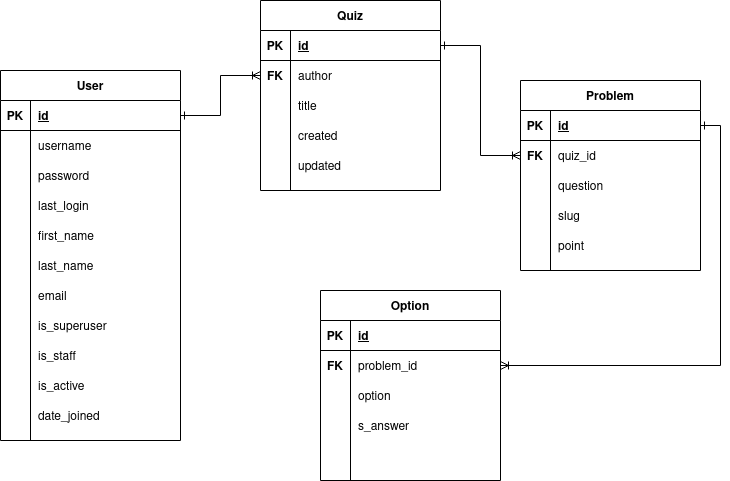
Earlier version of the draw.io export erd/quiz.png (ashishsubedi/live_quiz). Source tidied: cells renumbered, new cells last; positions are measured from the earlier drawing's top-left corner, leaving out a move shared by most shapes.
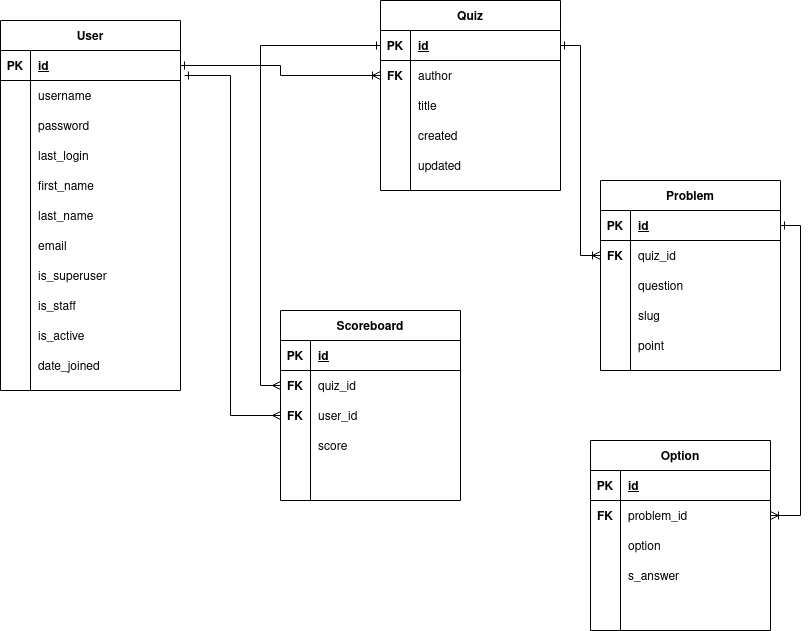
Above is the later version.

Commit message:
Added Scoreboard model

The edit, as a diff of the source:
```diff
@@ -3,7 +3,7 @@
     <mxCell id="0" />
     <mxCell id="1" parent="0" />
     <mxCell id="2" value="Quiz" style="shape=table;startSize=30;rowLines=0;fontStyle=1;align=center;" parent="1" vertex="1">
-      <mxGeometry x="260" width="180" height="190" as="geometry" />
+      <mxGeometry x="380" y="-30" width="180" height="190" as="geometry" />
     </mxCell>
     <mxCell id="3" style="shape=partialRectangle;fillColor=none;top=0;left=0;bottom=1;right=0;points=[[0,0.5],[1,0.5]];portConstraint=eastwest;" parent="2" vertex="1">
       <mxGeometry y="30" width="180" height="30" as="geometry" />
@@ -51,7 +51,7 @@
       <mxGeometry x="30" width="150" height="30" as="geometry" />
     </mxCell>
     <mxCell id="18" value="Problem" style="shape=table;startSize=30;rowLines=0;fontStyle=1;align=center;" parent="1" vertex="1">
-      <mxGeometry x="520" y="80" width="180" height="190" as="geometry" />
+      <mxGeometry x="600" y="150" width="180" height="190" as="geometry" />
     </mxCell>
     <mxCell id="19" style="shape=partialRectangle;fillColor=none;top=0;left=0;bottom=1;right=0;points=[[0,0.5],[1,0.5]];portConstraint=eastwest;" parent="18" vertex="1">
       <mxGeometry y="30" width="180" height="30" as="geometry" />
@@ -99,7 +99,7 @@
       <mxGeometry x="30" width="150" height="30" as="geometry" />
     </mxCell>
     <mxCell id="34" value="Option" style="shape=table;startSize=30;rowLines=0;fontStyle=1;align=center;" parent="1" vertex="1">
-      <mxGeometry x="320" y="290" width="180" height="190" as="geometry" />
+      <mxGeometry x="590" y="410" width="180" height="190" as="geometry" />
     </mxCell>
     <mxCell id="35" style="shape=partialRectangle;fillColor=none;top=0;left=0;bottom=1;right=0;" parent="34" vertex="1">
       <mxGeometry y="30" width="180" height="30" as="geometry" />
@@ -147,7 +147,7 @@
       <mxGeometry x="30" width="150" height="30" as="geometry" />
     </mxCell>
     <mxCell id="50" value="User" style="shape=table;startSize=30;rowLines=0;fontStyle=1;align=center;" parent="1" vertex="1">
-      <mxGeometry y="70" width="180" height="370" as="geometry" />
+      <mxGeometry y="-10" width="180" height="370" as="geometry" />
     </mxCell>
     <mxCell id="51" style="shape=partialRectangle;fillColor=none;top=0;left=0;bottom=1;right=0;points=[[0,0.5],[1,0.5]];portConstraint=eastwest;" parent="50" vertex="1">
       <mxGeometry y="30" width="180" height="30" as="geometry" />
@@ -257,5 +257,59 @@
     <mxCell id="86" style="edgeStyle=orthogonalEdgeStyle;rounded=0;jettySize=auto;html=1;entryX=1;entryY=0.5;entryDx=0;entryDy=0;startArrow=ERoneToMany;startFill=0;endArrow=ERone;endFill=0;" parent="1" edge="1" source="38" target="19">
       <mxGeometry relative="1" as="geometry" />
     </mxCell>
+    <mxCell id="87" value="Scoreboard" style="shape=table;startSize=30;rowLines=0;fontStyle=1;align=center;" parent="1" vertex="1">
+      <mxGeometry x="280" y="280" width="180" height="190" as="geometry" />
+    </mxCell>
+    <mxCell id="88" style="shape=partialRectangle;fillColor=none;top=0;left=0;bottom=1;right=0;" parent="87" vertex="1">
+      <mxGeometry y="30" width="180" height="30" as="geometry" />
+    </mxCell>
+    <mxCell id="89" value="PK" style="shape=partialRectangle;fillColor=none;top=0;left=0;bottom=0;right=0;fontStyle=1;overflow=hidden;" parent="88" vertex="1">
+      <mxGeometry width="30" height="30" as="geometry" />
+    </mxCell>
+    <mxCell id="90" value="id" style="shape=partialRectangle;fillColor=none;top=0;left=0;bottom=0;right=0;align=left;spacingLeft=6;fontStyle=5;overflow=hidden;" parent="88" vertex="1">
+      <mxGeometry x="30" width="150" height="30" as="geometry" />
+    </mxCell>
+    <mxCell id="91" style="shape=partialRectangle;fillColor=none;top=0;left=0;bottom=0;right=0;points=[[0,0.5],[1,0.5]];portConstraint=eastwest;" parent="87" vertex="1">
+      <mxGeometry y="60" width="180" height="30" as="geometry" />
+    </mxCell>
+    <mxCell id="92" value="FK" style="shape=partialRectangle;fillColor=none;top=0;left=0;bottom=0;right=0;overflow=hidden;fontStyle=1;" parent="91" vertex="1">
+      <mxGeometry width="30" height="30" as="geometry" />
+    </mxCell>
+    <mxCell id="93" value="quiz_id" style="shape=partialRectangle;fillColor=none;top=0;left=0;bottom=0;right=0;align=left;spacingLeft=6;overflow=hidden;" parent="91" vertex="1">
+      <mxGeometry x="30" width="150" height="30" as="geometry" />
+    </mxCell>
+    <mxCell id="94" style="shape=partialRectangle;fillColor=none;top=0;left=0;bottom=0;right=0;points=[[0,0.5],[1,0.5]];portConstraint=eastwest;" parent="87" vertex="1">
+      <mxGeometry y="90" width="180" height="30" as="geometry" />
+    </mxCell>
+    <mxCell id="95" value="FK" style="shape=partialRectangle;fillColor=none;top=0;left=0;bottom=0;right=0;overflow=hidden;fontStyle=1;" parent="94" vertex="1">
+      <mxGeometry width="30" height="30" as="geometry" />
+    </mxCell>
+    <mxCell id="96" value="user_id" style="shape=partialRectangle;fillColor=none;top=0;left=0;bottom=0;right=0;align=left;spacingLeft=6;overflow=hidden;" parent="94" vertex="1">
+      <mxGeometry x="30" width="150" height="30" as="geometry" />
+    </mxCell>
+    <mxCell id="97" style="shape=partialRectangle;fillColor=none;top=0;left=0;bottom=0;right=0;" parent="87" vertex="1">
+      <mxGeometry y="120" width="180" height="30" as="geometry" />
+    </mxCell>
+    <mxCell id="98" style="shape=partialRectangle;fillColor=none;top=0;left=0;bottom=0;right=0;overflow=hidden;" parent="97" vertex="1">
+      <mxGeometry width="30" height="30" as="geometry" />
+    </mxCell>
+    <mxCell id="99" value="score" style="shape=partialRectangle;fillColor=none;top=0;left=0;bottom=0;right=0;align=left;spacingLeft=6;overflow=hidden;" parent="97" vertex="1">
+      <mxGeometry x="30" width="150" height="30" as="geometry" />
+    </mxCell>
+    <mxCell id="100" style="shape=partialRectangle;fillColor=none;top=0;left=0;bottom=0;right=0;" parent="87" vertex="1">
+      <mxGeometry y="150" width="180" height="30" as="geometry" />
+    </mxCell>
+    <mxCell id="101" style="shape=partialRectangle;fillColor=none;top=0;left=0;bottom=0;right=0;overflow=hidden;" parent="100" vertex="1">
+      <mxGeometry width="30" height="30" as="geometry" />
+    </mxCell>
+    <mxCell id="102" style="shape=partialRectangle;fillColor=none;top=0;left=0;bottom=0;right=0;align=left;spacingLeft=6;overflow=hidden;" parent="100" vertex="1">
+      <mxGeometry x="30" width="150" height="30" as="geometry" />
+    </mxCell>
+    <mxCell id="103" style="edgeStyle=orthogonalEdgeStyle;rounded=0;jettySize=auto;html=1;entryX=0;entryY=0.5;entryDx=0;entryDy=0;endArrow=ERmany;endFill=0;startArrow=ERone;startFill=0;" parent="1" edge="1" source="3" target="91">
+      <mxGeometry relative="1" as="geometry" />
+    </mxCell>
+    <mxCell id="104" style="edgeStyle=orthogonalEdgeStyle;rounded=0;jettySize=auto;html=1;entryX=1.022;entryY=0.833;entryDx=0;entryDy=0;entryPerimeter=0;endArrow=ERone;endFill=0;startArrow=ERmany;startFill=0;" parent="1" edge="1" source="94" target="51">
+      <mxGeometry relative="1" as="geometry" />
+    </mxCell>
   </root>
 </mxGraphModel>
```
